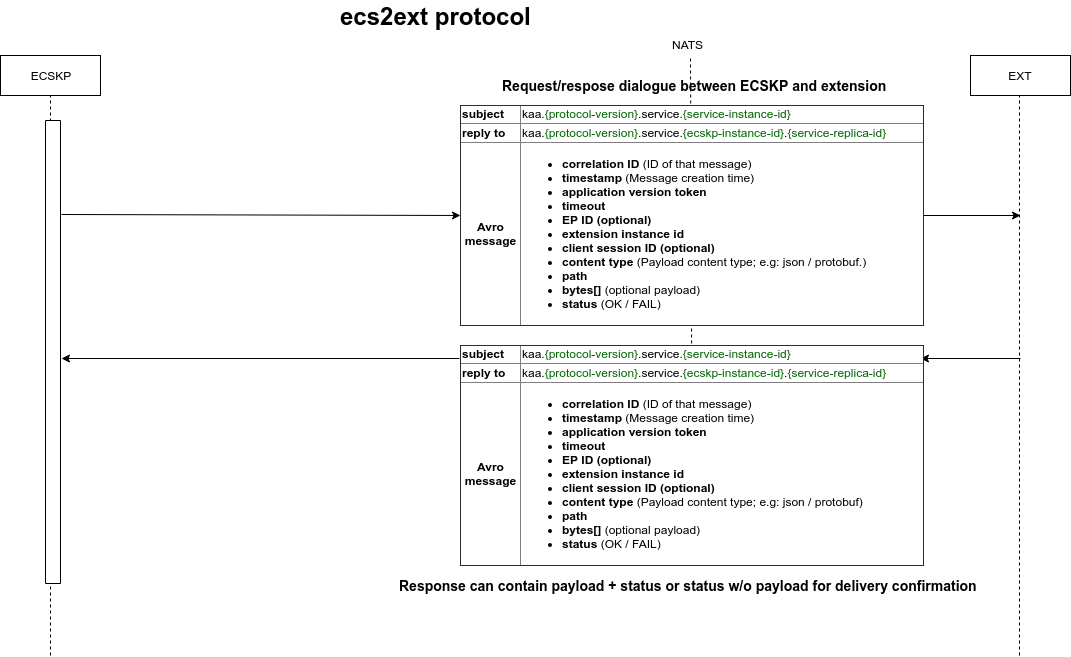
kaaproject/kaa-rfcs keeps this draw.io diagram as 0004-ecs2ext-protocol/ecs2ext-ipc.png. Above is the earlier version. Source tidied: cells renumbered, new cells last; positions are measured from the earlier drawing's top-left corner, leaving out a move shared by most shapes. The source it was exported from:
```xml
<mxGraphModel background="#ffffff">
  <root>
    <mxCell id="0" />
    <mxCell id="1" parent="0" />
    <mxCell id="2" style="endArrow=none;dashed=1;html=1;exitX=0.5;exitY=1;" parent="1" edge="1" source="16">
      <mxGeometry relative="1" as="geometry">
        <mxPoint x="869" y="55" as="targetPoint" />
      </mxGeometry>
    </mxCell>
    <mxCell id="3" value="NATS" style="text;html=1;align=left;verticalAlign=top;spacingTop=-4;" parent="1" vertex="1">
      <mxGeometry x="849" y="35" width="50" height="20" as="geometry" />
    </mxCell>
    <mxCell id="4" value="&lt;table border=&quot;1&quot; width=&quot;100%&quot; style=&quot;width: 100% ; height: 100% ; border-collapse: collapse&quot;&gt;&lt;tbody&gt;&lt;tr&gt;&lt;td align=&quot;center&quot; style=&quot;text-align: left&quot;&gt;&lt;b&gt;subject&lt;/b&gt;&lt;/td&gt;&lt;td align=&quot;center&quot; style=&quot;text-align: left&quot;&gt;kaa.&lt;font color=&quot;#006600&quot;&gt;{protocol-version}&lt;/font&gt;.service.&lt;font color=&quot;#006600&quot;&gt;{service-instance-id}&lt;/font&gt;&lt;br&gt;&lt;/td&gt;&lt;/tr&gt;&lt;tr&gt;&lt;td align=&quot;center&quot; style=&quot;text-align: left&quot;&gt;&lt;b&gt;reply to&lt;/b&gt;&lt;/td&gt;&lt;td align=&quot;center&quot; style=&quot;text-align: left&quot;&gt;kaa.&lt;span&gt;&lt;font color=&quot;#006600&quot;&gt;{protocol-version}&lt;/font&gt;&lt;/span&gt;.service.&lt;font color=&quot;#006600&quot;&gt;{ecskp-instance-id}&lt;/font&gt;.&lt;font color=&quot;#006600&quot;&gt;{service-replica-id}&lt;/font&gt;&lt;br&gt;&lt;/td&gt;&lt;/tr&gt;&lt;tr&gt;&lt;td align=&quot;center&quot;&gt;&lt;b&gt;Avro&lt;br&gt;message&lt;/b&gt;&lt;/td&gt;&lt;td align=&quot;center&quot;&gt;&lt;ul&gt;&lt;li style=&quot;text-align: left&quot;&gt;&lt;b&gt;correlation ID&lt;/b&gt;&amp;nbsp;(ID of that message)&lt;br&gt;&lt;/li&gt;&lt;li style=&quot;text-align: left&quot;&gt;&lt;b&gt;timestamp&lt;/b&gt;&amp;nbsp;(Message&amp;nbsp;creation time)&lt;/li&gt;&lt;li style=&quot;text-align: left&quot;&gt;&lt;b&gt;application version token&amp;nbsp;&lt;/b&gt;&lt;/li&gt;&lt;li style=&quot;text-align: left&quot;&gt;&lt;b&gt;timeout&amp;nbsp;&lt;/b&gt;&lt;/li&gt;&lt;li style=&quot;text-align: left&quot;&gt;&lt;b&gt;EP ID (optional)&lt;/b&gt;&lt;/li&gt;&lt;li style=&quot;text-align: left&quot;&gt;&lt;b&gt;extension instance id&lt;/b&gt;&lt;/li&gt;&lt;li style=&quot;text-align: left&quot;&gt;&lt;b&gt;client session ID (optional)&lt;/b&gt;&lt;/li&gt;&lt;li style=&quot;text-align: left&quot;&gt;&lt;b&gt;content type&amp;nbsp;&lt;/b&gt;(Payload content type; e.g: json / protobuf.)&lt;/li&gt;&lt;li style=&quot;text-align: left&quot;&gt;&lt;b&gt;path&lt;/b&gt;&lt;/li&gt;&lt;li style=&quot;text-align: left&quot;&gt;&lt;b&gt;bytes[]&amp;nbsp;&lt;/b&gt;&lt;span&gt;(optional payload)&lt;/span&gt;&lt;/li&gt;&lt;li style=&quot;text-align: left&quot;&gt;&lt;b&gt;status&lt;/b&gt; (OK / FAIL)&lt;/li&gt;&lt;/ul&gt;&lt;/td&gt;&lt;/tr&gt;&lt;/tbody&gt;&lt;/table&gt;" style="text;html=1;overflow=fill;strokeWidth=1;fontSize=12;labelBackgroundColor=#FFFFFF;" parent="1" vertex="1">
      <mxGeometry x="639" y="105" width="463" height="220" as="geometry" />
    </mxCell>
    <mxCell id="5" value="&lt;span style=&quot;font-size: 14px&quot;&gt;&lt;b&gt;Request/respose dialogue between ECSKP and extension&lt;/b&gt;&lt;/span&gt;" style="text;html=1;align=left;verticalAlign=top;spacingTop=-4;" parent="1" vertex="1">
      <mxGeometry x="679" y="75" width="400" height="20" as="geometry" />
    </mxCell>
    <mxCell id="6" value="EXT" style="whiteSpace=wrap;html=1;strokeColor=#000000;" parent="1" vertex="1">
      <mxGeometry x="1149" y="55" width="100" height="40" as="geometry" />
    </mxCell>
    <mxCell id="7" style="endArrow=none;dashed=1;html=1;" parent="1" edge="1">
      <mxGeometry relative="1" as="geometry">
        <mxPoint x="1198" y="655" as="sourcePoint" />
        <mxPoint x="1198" y="95" as="targetPoint" />
      </mxGeometry>
    </mxCell>
    <mxCell id="8" style="endArrow=classic;html=1;shadow=0;strokeColor=#000000;fillColor=#000000;exitX=1;exitY=0.5;" parent="1" edge="1" source="4">
      <mxGeometry relative="1" as="geometry">
        <mxPoint x="1199" y="215" as="targetPoint" />
      </mxGeometry>
    </mxCell>
    <mxCell id="9" value="ECSKP" style="whiteSpace=wrap;html=1;strokeColor=#000000;" parent="1" vertex="1">
      <mxGeometry x="179" y="55" width="100" height="40" as="geometry" />
    </mxCell>
    <mxCell id="10" style="endArrow=none;dashed=1;html=1;shadow=0;strokeColor=#000000;fillColor=#000000;entryX=0.5;entryY=1;" parent="1" edge="1">
      <mxGeometry relative="1" as="geometry">
        <mxPoint x="229" y="655" as="sourcePoint" />
        <mxPoint x="229" y="95" as="targetPoint" />
      </mxGeometry>
    </mxCell>
    <mxCell id="11" style="endArrow=classic;html=1;shadow=0;strokeColor=#000000;fillColor=#000000;entryX=0;entryY=0.5;exitX=0.203;exitY=-0.067;exitPerimeter=0;" parent="1" edge="1" source="12" target="4">
      <mxGeometry relative="1" as="geometry" />
    </mxCell>
    <mxCell id="12" style="whiteSpace=wrap;html=1;strokeColor=#000000;rotation=90;" parent="1" vertex="1">
      <mxGeometry y="344" width="463" height="15" as="geometry" />
    </mxCell>
    <mxCell id="13" style="endArrow=classic;html=1;shadow=0;strokeColor=#000000;fillColor=#000000;exitX=0;exitY=0.5;" parent="1" edge="1">
      <mxGeometry relative="1" as="geometry">
        <mxPoint x="638" y="358" as="sourcePoint" />
        <mxPoint x="240" y="358" as="targetPoint" />
      </mxGeometry>
    </mxCell>
    <mxCell id="14" style="endArrow=classic;html=1;shadow=0;strokeColor=#000000;fillColor=#000000;entryX=1;entryY=0.5;" parent="1" edge="1">
      <mxGeometry relative="1" as="geometry">
        <mxPoint x="1199" y="358" as="sourcePoint" />
        <mxPoint x="1099" y="358" as="targetPoint" />
      </mxGeometry>
    </mxCell>
    <mxCell id="15" value="&lt;font style=&quot;font-size: 24px&quot;&gt;&lt;b&gt;ecs2ext protocol&lt;/b&gt;&lt;/font&gt;" style="text;html=1;align=left;verticalAlign=top;spacingTop=-4;" parent="1" vertex="1">
      <mxGeometry x="517" width="210" height="20" as="geometry" />
    </mxCell>
    <mxCell id="16" value="&lt;table border=&quot;1&quot; width=&quot;100%&quot; style=&quot;width: 100% ; height: 100% ; border-collapse: collapse&quot;&gt;&lt;tbody&gt;&lt;tr&gt;&lt;td align=&quot;center&quot; style=&quot;text-align: left&quot;&gt;&lt;b&gt;subject&lt;/b&gt;&lt;/td&gt;&lt;td align=&quot;center&quot; style=&quot;text-align: left&quot;&gt;kaa.&lt;font color=&quot;#006600&quot;&gt;{protocol-version}&lt;/font&gt;.service.&lt;font color=&quot;#006600&quot;&gt;{service-instance-id}&lt;/font&gt;&lt;br&gt;&lt;/td&gt;&lt;/tr&gt;&lt;tr&gt;&lt;td align=&quot;center&quot; style=&quot;text-align: left&quot;&gt;&lt;b&gt;reply to&lt;/b&gt;&lt;/td&gt;&lt;td align=&quot;center&quot; style=&quot;text-align: left&quot;&gt;kaa.&lt;span&gt;&lt;font color=&quot;#006600&quot;&gt;{protocol-version}&lt;/font&gt;&lt;/span&gt;.service.&lt;font color=&quot;#006600&quot;&gt;{ecskp-instance-id}&lt;/font&gt;.&lt;font color=&quot;#006600&quot;&gt;{service-replica-id}&lt;/font&gt;&lt;br&gt;&lt;/td&gt;&lt;/tr&gt;&lt;tr&gt;&lt;td align=&quot;center&quot;&gt;&lt;b&gt;Avro&lt;br&gt;message&lt;/b&gt;&lt;/td&gt;&lt;td align=&quot;center&quot;&gt;&lt;ul&gt;&lt;li style=&quot;text-align: left&quot;&gt;&lt;b&gt;correlation ID&lt;/b&gt;&amp;nbsp;(ID of that message)&lt;br&gt;&lt;/li&gt;&lt;li style=&quot;text-align: left&quot;&gt;&lt;b&gt;timestamp&lt;/b&gt;&amp;nbsp;(Message&amp;nbsp;creation time)&lt;/li&gt;&lt;li style=&quot;text-align: left&quot;&gt;&lt;b&gt;application version token&amp;nbsp;&lt;/b&gt;&lt;/li&gt;&lt;li style=&quot;text-align: left&quot;&gt;&lt;b&gt;timeout&amp;nbsp;&lt;/b&gt;&lt;/li&gt;&lt;li style=&quot;text-align: left&quot;&gt;&lt;b&gt;EP ID (optional)&lt;/b&gt;&lt;/li&gt;&lt;li style=&quot;text-align: left&quot;&gt;&lt;b&gt;extension instance id&lt;/b&gt;&lt;/li&gt;&lt;li style=&quot;text-align: left&quot;&gt;&lt;b&gt;client session ID (optional)&lt;/b&gt;&lt;/li&gt;&lt;li style=&quot;text-align: left&quot;&gt;&lt;b&gt;content type&amp;nbsp;&lt;/b&gt;(Payload content type; e.g: json / protobuf)&lt;/li&gt;&lt;li style=&quot;text-align: left&quot;&gt;&lt;b&gt;path&lt;/b&gt;&lt;/li&gt;&lt;li style=&quot;text-align: left&quot;&gt;&lt;b&gt;bytes[]&amp;nbsp;&lt;/b&gt;&lt;span&gt;(optional payload)&lt;/span&gt;&lt;/li&gt;&lt;li style=&quot;text-align: left&quot;&gt;&lt;b&gt;status&lt;/b&gt; (OK / FAIL)&lt;/li&gt;&lt;/ul&gt;&lt;/td&gt;&lt;/tr&gt;&lt;/tbody&gt;&lt;/table&gt;" style="text;html=1;overflow=fill;strokeWidth=1;fontSize=12;labelBackgroundColor=#FFFFFF;" parent="1" vertex="1">
      <mxGeometry x="639" y="345" width="463" height="220" as="geometry" />
    </mxCell>
    <mxCell id="17" value="&lt;span style=&quot;font-size: 14px&quot;&gt;&lt;b&gt;Response can contain payload + status or status w/o payload for delivery confirmation&lt;/b&gt;&lt;/span&gt;" style="text;html=1;align=left;verticalAlign=top;spacingTop=-4;" parent="1" vertex="1">
      <mxGeometry x="576" y="575" width="590" height="20" as="geometry" />
    </mxCell>
  </root>
</mxGraphModel>
```
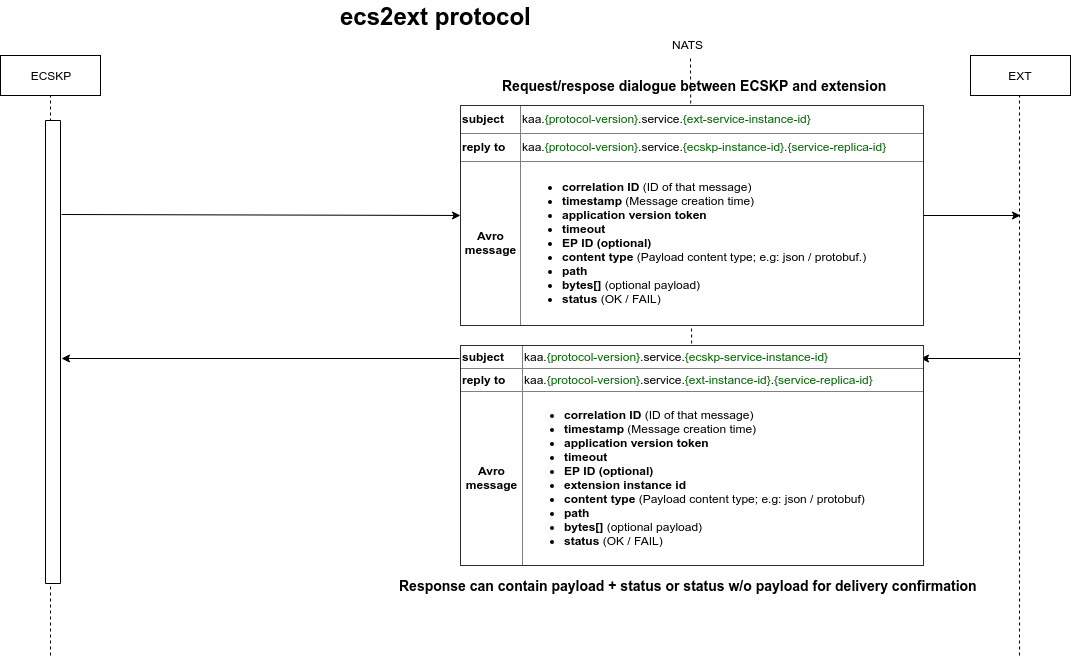
The same diagram one commit later.

What changed in the source:
```diff
@@ -1,4 +1,4 @@
-<mxGraphModel background="#ffffff">
+<mxGraphModel>
   <root>
     <mxCell id="0" />
     <mxCell id="1" parent="0" />
@@ -10,7 +10,7 @@
     <mxCell id="3" value="NATS" style="text;html=1;align=left;verticalAlign=top;spacingTop=-4;" parent="1" vertex="1">
       <mxGeometry x="849" y="35" width="50" height="20" as="geometry" />
     </mxCell>
-    <mxCell id="4" value="&lt;table border=&quot;1&quot; width=&quot;100%&quot; style=&quot;width: 100% ; height: 100% ; border-collapse: collapse&quot;&gt;&lt;tbody&gt;&lt;tr&gt;&lt;td align=&quot;center&quot; style=&quot;text-align: left&quot;&gt;&lt;b&gt;subject&lt;/b&gt;&lt;/td&gt;&lt;td align=&quot;center&quot; style=&quot;text-align: left&quot;&gt;kaa.&lt;font color=&quot;#006600&quot;&gt;{protocol-version}&lt;/font&gt;.service.&lt;font color=&quot;#006600&quot;&gt;{service-instance-id}&lt;/font&gt;&lt;br&gt;&lt;/td&gt;&lt;/tr&gt;&lt;tr&gt;&lt;td align=&quot;center&quot; style=&quot;text-align: left&quot;&gt;&lt;b&gt;reply to&lt;/b&gt;&lt;/td&gt;&lt;td align=&quot;center&quot; style=&quot;text-align: left&quot;&gt;kaa.&lt;span&gt;&lt;font color=&quot;#006600&quot;&gt;{protocol-version}&lt;/font&gt;&lt;/span&gt;.service.&lt;font color=&quot;#006600&quot;&gt;{ecskp-instance-id}&lt;/font&gt;.&lt;font color=&quot;#006600&quot;&gt;{service-replica-id}&lt;/font&gt;&lt;br&gt;&lt;/td&gt;&lt;/tr&gt;&lt;tr&gt;&lt;td align=&quot;center&quot;&gt;&lt;b&gt;Avro&lt;br&gt;message&lt;/b&gt;&lt;/td&gt;&lt;td align=&quot;center&quot;&gt;&lt;ul&gt;&lt;li style=&quot;text-align: left&quot;&gt;&lt;b&gt;correlation ID&lt;/b&gt;&amp;nbsp;(ID of that message)&lt;br&gt;&lt;/li&gt;&lt;li style=&quot;text-align: left&quot;&gt;&lt;b&gt;timestamp&lt;/b&gt;&amp;nbsp;(Message&amp;nbsp;creation time)&lt;/li&gt;&lt;li style=&quot;text-align: left&quot;&gt;&lt;b&gt;application version token&amp;nbsp;&lt;/b&gt;&lt;/li&gt;&lt;li style=&quot;text-align: left&quot;&gt;&lt;b&gt;timeout&amp;nbsp;&lt;/b&gt;&lt;/li&gt;&lt;li style=&quot;text-align: left&quot;&gt;&lt;b&gt;EP ID (optional)&lt;/b&gt;&lt;/li&gt;&lt;li style=&quot;text-align: left&quot;&gt;&lt;b&gt;extension instance id&lt;/b&gt;&lt;/li&gt;&lt;li style=&quot;text-align: left&quot;&gt;&lt;b&gt;client session ID (optional)&lt;/b&gt;&lt;/li&gt;&lt;li style=&quot;text-align: left&quot;&gt;&lt;b&gt;content type&amp;nbsp;&lt;/b&gt;(Payload content type; e.g: json / protobuf.)&lt;/li&gt;&lt;li style=&quot;text-align: left&quot;&gt;&lt;b&gt;path&lt;/b&gt;&lt;/li&gt;&lt;li style=&quot;text-align: left&quot;&gt;&lt;b&gt;bytes[]&amp;nbsp;&lt;/b&gt;&lt;span&gt;(optional payload)&lt;/span&gt;&lt;/li&gt;&lt;li style=&quot;text-align: left&quot;&gt;&lt;b&gt;status&lt;/b&gt; (OK / FAIL)&lt;/li&gt;&lt;/ul&gt;&lt;/td&gt;&lt;/tr&gt;&lt;/tbody&gt;&lt;/table&gt;" style="text;html=1;overflow=fill;strokeWidth=1;fontSize=12;labelBackgroundColor=#FFFFFF;" parent="1" vertex="1">
+    <mxCell id="4" value="&lt;table border=&quot;1&quot; width=&quot;100%&quot; style=&quot;width: 100% ; height: 100% ; border-collapse: collapse&quot;&gt;&lt;tbody&gt;&lt;tr&gt;&lt;td align=&quot;center&quot; style=&quot;text-align: left&quot;&gt;&lt;b&gt;subject&lt;/b&gt;&lt;/td&gt;&lt;td align=&quot;center&quot; style=&quot;text-align: left&quot;&gt;kaa.&lt;font color=&quot;#006600&quot;&gt;{protocol-version}&lt;/font&gt;.service.&lt;font color=&quot;#006600&quot;&gt;{ext-service-instance-id}&lt;/font&gt;&lt;br&gt;&lt;/td&gt;&lt;/tr&gt;&lt;tr&gt;&lt;td align=&quot;center&quot; style=&quot;text-align: left&quot;&gt;&lt;b&gt;reply to&lt;/b&gt;&lt;/td&gt;&lt;td align=&quot;center&quot; style=&quot;text-align: left&quot;&gt;kaa.&lt;span&gt;&lt;font color=&quot;#006600&quot;&gt;{protocol-version}&lt;/font&gt;&lt;/span&gt;.service.&lt;font color=&quot;#006600&quot;&gt;{ecskp-instance-id}&lt;/font&gt;.&lt;font color=&quot;#006600&quot;&gt;{service-replica-id}&lt;/font&gt;&lt;br&gt;&lt;/td&gt;&lt;/tr&gt;&lt;tr&gt;&lt;td align=&quot;center&quot;&gt;&lt;b&gt;Avro&lt;br&gt;message&lt;/b&gt;&lt;/td&gt;&lt;td align=&quot;center&quot;&gt;&lt;ul&gt;&lt;li style=&quot;text-align: left&quot;&gt;&lt;b&gt;correlation ID&lt;/b&gt;&amp;nbsp;(ID of that message)&lt;br&gt;&lt;/li&gt;&lt;li style=&quot;text-align: left&quot;&gt;&lt;b&gt;timestamp&lt;/b&gt;&amp;nbsp;(Message&amp;nbsp;creation time)&lt;/li&gt;&lt;li style=&quot;text-align: left&quot;&gt;&lt;b&gt;application version token&amp;nbsp;&lt;/b&gt;&lt;/li&gt;&lt;li style=&quot;text-align: left&quot;&gt;&lt;b&gt;timeout&amp;nbsp;&lt;/b&gt;&lt;/li&gt;&lt;li style=&quot;text-align: left&quot;&gt;&lt;b&gt;EP ID (optional)&lt;/b&gt;&lt;/li&gt;&lt;li style=&quot;text-align: left&quot;&gt;&lt;b&gt;content type&amp;nbsp;&lt;/b&gt;(Payload content type; e.g: json / protobuf.)&lt;/li&gt;&lt;li style=&quot;text-align: left&quot;&gt;&lt;b&gt;path&lt;/b&gt;&lt;/li&gt;&lt;li style=&quot;text-align: left&quot;&gt;&lt;b&gt;bytes[]&amp;nbsp;&lt;/b&gt;&lt;span&gt;(optional payload)&lt;/span&gt;&lt;/li&gt;&lt;li style=&quot;text-align: left&quot;&gt;&lt;b&gt;status&lt;/b&gt; (OK / FAIL)&lt;/li&gt;&lt;/ul&gt;&lt;/td&gt;&lt;/tr&gt;&lt;/tbody&gt;&lt;/table&gt;" style="text;html=1;overflow=fill;strokeWidth=1;fontSize=12;labelBackgroundColor=#FFFFFF;" parent="1" vertex="1">
       <mxGeometry x="639" y="105" width="463" height="220" as="geometry" />
     </mxCell>
     <mxCell id="5" value="&lt;span style=&quot;font-size: 14px&quot;&gt;&lt;b&gt;Request/respose dialogue between ECSKP and extension&lt;/b&gt;&lt;/span&gt;" style="text;html=1;align=left;verticalAlign=top;spacingTop=-4;" parent="1" vertex="1">
@@ -60,7 +60,7 @@
     <mxCell id="15" value="&lt;font style=&quot;font-size: 24px&quot;&gt;&lt;b&gt;ecs2ext protocol&lt;/b&gt;&lt;/font&gt;" style="text;html=1;align=left;verticalAlign=top;spacingTop=-4;" parent="1" vertex="1">
       <mxGeometry x="517" width="210" height="20" as="geometry" />
     </mxCell>
-    <mxCell id="16" value="&lt;table border=&quot;1&quot; width=&quot;100%&quot; style=&quot;width: 100% ; height: 100% ; border-collapse: collapse&quot;&gt;&lt;tbody&gt;&lt;tr&gt;&lt;td align=&quot;center&quot; style=&quot;text-align: left&quot;&gt;&lt;b&gt;subject&lt;/b&gt;&lt;/td&gt;&lt;td align=&quot;center&quot; style=&quot;text-align: left&quot;&gt;kaa.&lt;font color=&quot;#006600&quot;&gt;{protocol-version}&lt;/font&gt;.service.&lt;font color=&quot;#006600&quot;&gt;{service-instance-id}&lt;/font&gt;&lt;br&gt;&lt;/td&gt;&lt;/tr&gt;&lt;tr&gt;&lt;td align=&quot;center&quot; style=&quot;text-align: left&quot;&gt;&lt;b&gt;reply to&lt;/b&gt;&lt;/td&gt;&lt;td align=&quot;center&quot; style=&quot;text-align: left&quot;&gt;kaa.&lt;span&gt;&lt;font color=&quot;#006600&quot;&gt;{protocol-version}&lt;/font&gt;&lt;/span&gt;.service.&lt;font color=&quot;#006600&quot;&gt;{ecskp-instance-id}&lt;/font&gt;.&lt;font color=&quot;#006600&quot;&gt;{service-replica-id}&lt;/font&gt;&lt;br&gt;&lt;/td&gt;&lt;/tr&gt;&lt;tr&gt;&lt;td align=&quot;center&quot;&gt;&lt;b&gt;Avro&lt;br&gt;message&lt;/b&gt;&lt;/td&gt;&lt;td align=&quot;center&quot;&gt;&lt;ul&gt;&lt;li style=&quot;text-align: left&quot;&gt;&lt;b&gt;correlation ID&lt;/b&gt;&amp;nbsp;(ID of that message)&lt;br&gt;&lt;/li&gt;&lt;li style=&quot;text-align: left&quot;&gt;&lt;b&gt;timestamp&lt;/b&gt;&amp;nbsp;(Message&amp;nbsp;creation time)&lt;/li&gt;&lt;li style=&quot;text-align: left&quot;&gt;&lt;b&gt;application version token&amp;nbsp;&lt;/b&gt;&lt;/li&gt;&lt;li style=&quot;text-align: left&quot;&gt;&lt;b&gt;timeout&amp;nbsp;&lt;/b&gt;&lt;/li&gt;&lt;li style=&quot;text-align: left&quot;&gt;&lt;b&gt;EP ID (optional)&lt;/b&gt;&lt;/li&gt;&lt;li style=&quot;text-align: left&quot;&gt;&lt;b&gt;extension instance id&lt;/b&gt;&lt;/li&gt;&lt;li style=&quot;text-align: left&quot;&gt;&lt;b&gt;client session ID (optional)&lt;/b&gt;&lt;/li&gt;&lt;li style=&quot;text-align: left&quot;&gt;&lt;b&gt;content type&amp;nbsp;&lt;/b&gt;(Payload content type; e.g: json / protobuf)&lt;/li&gt;&lt;li style=&quot;text-align: left&quot;&gt;&lt;b&gt;path&lt;/b&gt;&lt;/li&gt;&lt;li style=&quot;text-align: left&quot;&gt;&lt;b&gt;bytes[]&amp;nbsp;&lt;/b&gt;&lt;span&gt;(optional payload)&lt;/span&gt;&lt;/li&gt;&lt;li style=&quot;text-align: left&quot;&gt;&lt;b&gt;status&lt;/b&gt; (OK / FAIL)&lt;/li&gt;&lt;/ul&gt;&lt;/td&gt;&lt;/tr&gt;&lt;/tbody&gt;&lt;/table&gt;" style="text;html=1;overflow=fill;strokeWidth=1;fontSize=12;labelBackgroundColor=#FFFFFF;" parent="1" vertex="1">
+    <mxCell id="16" value="&lt;table border=&quot;1&quot; width=&quot;100%&quot; style=&quot;width: 100% ; height: 100% ; border-collapse: collapse&quot;&gt;&lt;tbody&gt;&lt;tr&gt;&lt;td align=&quot;center&quot; style=&quot;text-align: left&quot;&gt;&lt;b&gt;subject&lt;/b&gt;&lt;/td&gt;&lt;td align=&quot;center&quot; style=&quot;text-align: left&quot;&gt;kaa.&lt;font color=&quot;#006600&quot;&gt;{protocol-version}&lt;/font&gt;.service.&lt;font color=&quot;#006600&quot;&gt;{ecskp-service-instance-id}&lt;/font&gt;&lt;br&gt;&lt;/td&gt;&lt;/tr&gt;&lt;tr&gt;&lt;td align=&quot;center&quot; style=&quot;text-align: left&quot;&gt;&lt;b&gt;reply to&lt;/b&gt;&lt;/td&gt;&lt;td align=&quot;center&quot; style=&quot;text-align: left&quot;&gt;kaa.&lt;span&gt;&lt;font color=&quot;#006600&quot;&gt;{protocol-version}&lt;/font&gt;&lt;/span&gt;.service.&lt;font color=&quot;#006600&quot;&gt;{ext-instance-id}&lt;/font&gt;.&lt;font color=&quot;#006600&quot;&gt;{service-replica-id}&lt;/font&gt;&lt;br&gt;&lt;/td&gt;&lt;/tr&gt;&lt;tr&gt;&lt;td align=&quot;center&quot;&gt;&lt;b&gt;Avro&lt;br&gt;message&lt;/b&gt;&lt;/td&gt;&lt;td align=&quot;center&quot;&gt;&lt;ul&gt;&lt;li style=&quot;text-align: left&quot;&gt;&lt;b&gt;correlation ID&lt;/b&gt;&amp;nbsp;(ID of that message)&lt;br&gt;&lt;/li&gt;&lt;li style=&quot;text-align: left&quot;&gt;&lt;b&gt;timestamp&lt;/b&gt;&amp;nbsp;(Message&amp;nbsp;creation time)&lt;/li&gt;&lt;li style=&quot;text-align: left&quot;&gt;&lt;b&gt;application version token&amp;nbsp;&lt;/b&gt;&lt;/li&gt;&lt;li style=&quot;text-align: left&quot;&gt;&lt;b&gt;timeout&amp;nbsp;&lt;/b&gt;&lt;/li&gt;&lt;li style=&quot;text-align: left&quot;&gt;&lt;b&gt;EP ID (optional)&lt;/b&gt;&lt;/li&gt;&lt;li style=&quot;text-align: left&quot;&gt;&lt;b&gt;extension instance id&lt;/b&gt;&lt;/li&gt;&lt;li style=&quot;text-align: left&quot;&gt;&lt;b&gt;content type&amp;nbsp;&lt;/b&gt;(Payload content type; e.g: json / protobuf)&lt;/li&gt;&lt;li style=&quot;text-align: left&quot;&gt;&lt;b&gt;path&lt;/b&gt;&lt;/li&gt;&lt;li style=&quot;text-align: left&quot;&gt;&lt;b&gt;bytes[]&amp;nbsp;&lt;/b&gt;&lt;span&gt;(optional payload)&lt;/span&gt;&lt;/li&gt;&lt;li style=&quot;text-align: left&quot;&gt;&lt;b&gt;status&lt;/b&gt; (OK / FAIL)&lt;/li&gt;&lt;/ul&gt;&lt;/td&gt;&lt;/tr&gt;&lt;/tbody&gt;&lt;/table&gt;" style="text;html=1;overflow=fill;strokeWidth=1;fontSize=12;labelBackgroundColor=#FFFFFF;" parent="1" vertex="1">
       <mxGeometry x="639" y="345" width="463" height="220" as="geometry" />
     </mxCell>
     <mxCell id="17" value="&lt;span style=&quot;font-size: 14px&quot;&gt;&lt;b&gt;Response can contain payload + status or status w/o payload for delivery confirmation&lt;/b&gt;&lt;/span&gt;" style="text;html=1;align=left;verticalAlign=top;spacingTop=-4;" parent="1" vertex="1">
```
